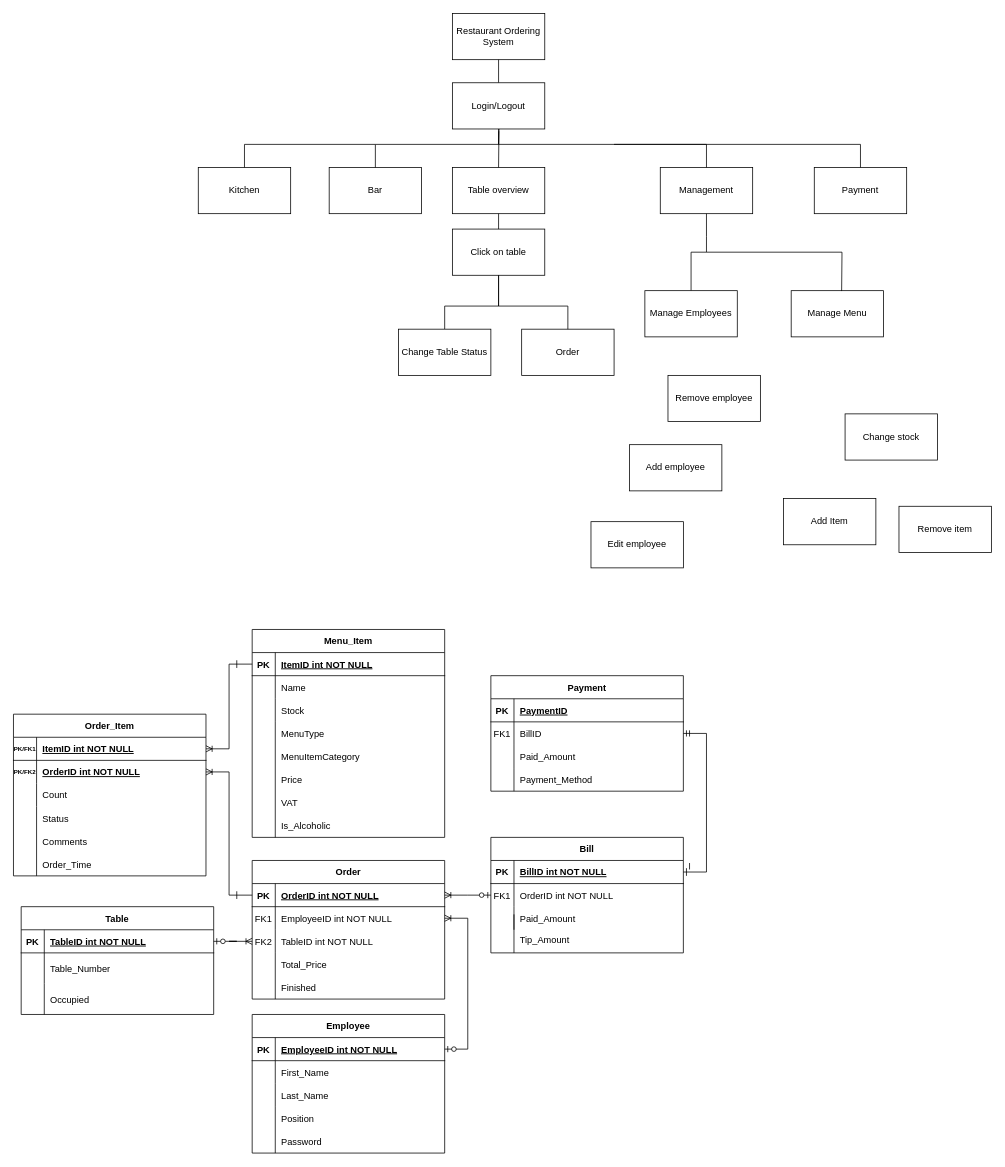
Earlier version of the draw.io diagram aaa123.drawio (tnb1604/tnb1604). Source tidied: cells renumbered, new cells numbered last; positions are measured from the earlier drawing's top-left corner, leaving out a move shared by most shapes. Both pictures are drawn from the tidied source at 77%, with x=0, y=0 at pixel (13, 13).
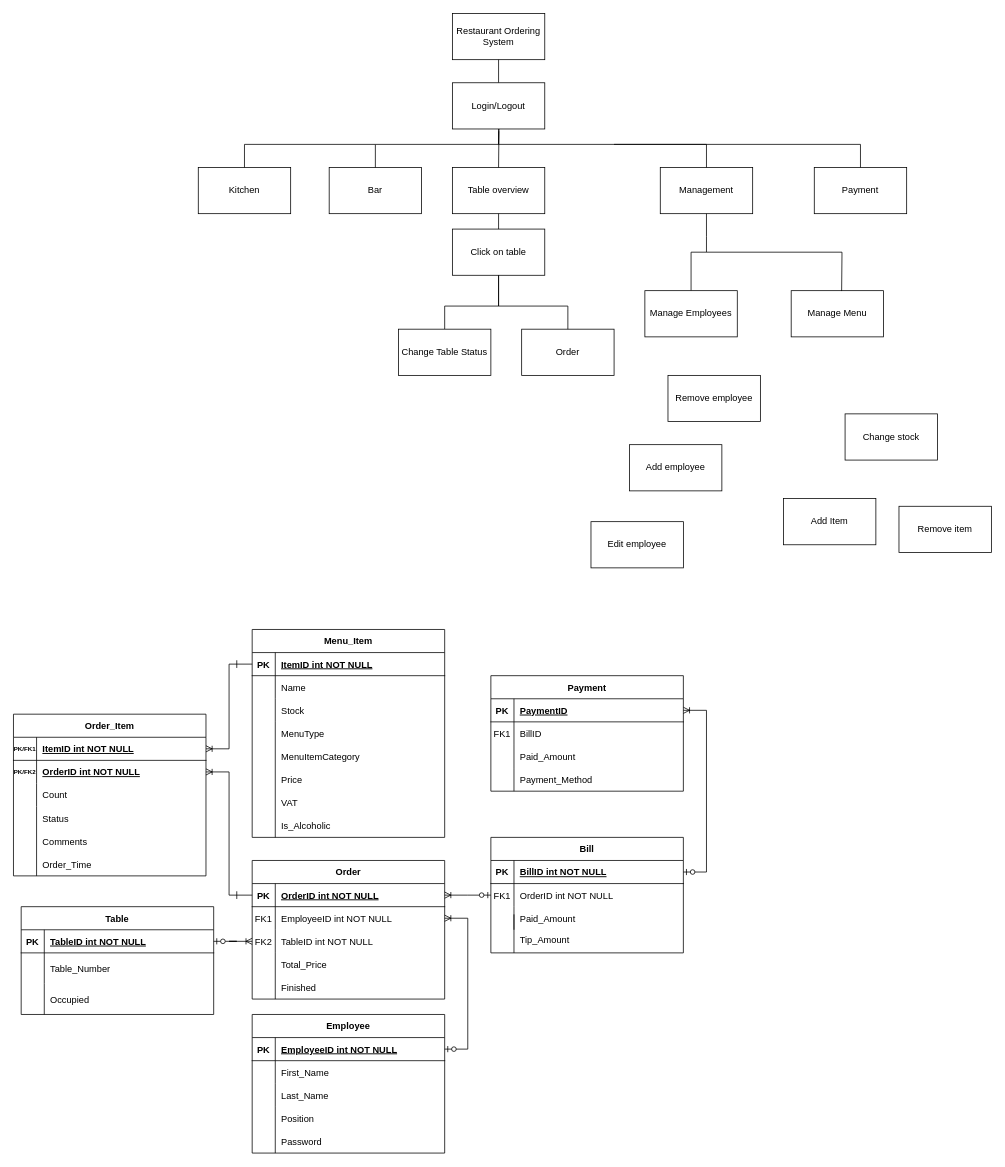
After the change.

The change refers to these unchanged cells:
```xml
<mxCell id="20" style="group;" parent="1" vertex="1">
  <mxGeometry x="620" y="1070" width="250" height="150" as="geometry" />
</mxCell>
<mxCell id="22" style="shape=partialRectangle;fillColor=none;points=[[0,0.5],[1,0.5]];portConstraint=eastwest;top=0;left=0;right=0;bottom=1;" parent="21" vertex="1">
  <mxGeometry y="30" width="250" height="30" as="geometry" />
</mxCell>
<mxCell id="109" style="shape=partialRectangle;fillColor=none;points=[[0,0.5],[1,0.5]];portConstraint=eastwest;top=0;left=0;right=0;bottom=1;" parent="108" vertex="1">
  <mxGeometry y="30" width="250" height="30" as="geometry" />
</mxCell>
<mxCell id="112" style="shape=partialRectangle;fillColor=none;points=[[0,0.5],[1,0.5]];portConstraint=eastwest;top=0;left=0;right=0;bottom=0;" parent="108" vertex="1">
  <mxGeometry y="60" width="250" height="30" as="geometry" />
</mxCell>
```

What changed in the source:
```diff
@@
-    <mxCell id="34" style="endArrow=none;html=1;rounded=0;" parent="20" edge="1">
-      <mxGeometry relative="1" as="geometry">
-        <mxPoint x="258" y="41.7" as="sourcePoint" />
-        <mxPoint x="258" y="33.3" as="targetPoint" />
-      </mxGeometry>
-    </mxCell>
@@
-    <mxCell id="122" style="edgeStyle=entityRelationEdgeStyle;fontSize=12;html=1;endArrow=ERmandOne;rounded=0;" parent="1" edge="1" source="22" target="112">
-      <mxGeometry relative="1" as="geometry">
-        <Array as="points">
-          <mxPoint x="950" y="1110" />
-        </Array>
-      </mxGeometry>
-    </mxCell>
-    <mxCell id="123" style="endArrow=none;html=1;rounded=0;" parent="1" edge="1">
-      <mxGeometry relative="1" as="geometry">
-        <mxPoint x="874" y="1120" as="sourcePoint" />
-        <mxPoint x="874" y="1110" as="targetPoint" />
-      </mxGeometry>
-    </mxCell>
@@
+    <mxCell id="153" style="edgeStyle=entityRelationEdgeStyle;fontSize=12;html=1;endArrow=ERoneToMany;startArrow=ERzeroToOne;rounded=0;" parent="1" edge="1" source="22" target="109">
+      <mxGeometry relative="1" as="geometry" />
+    </mxCell>
```
